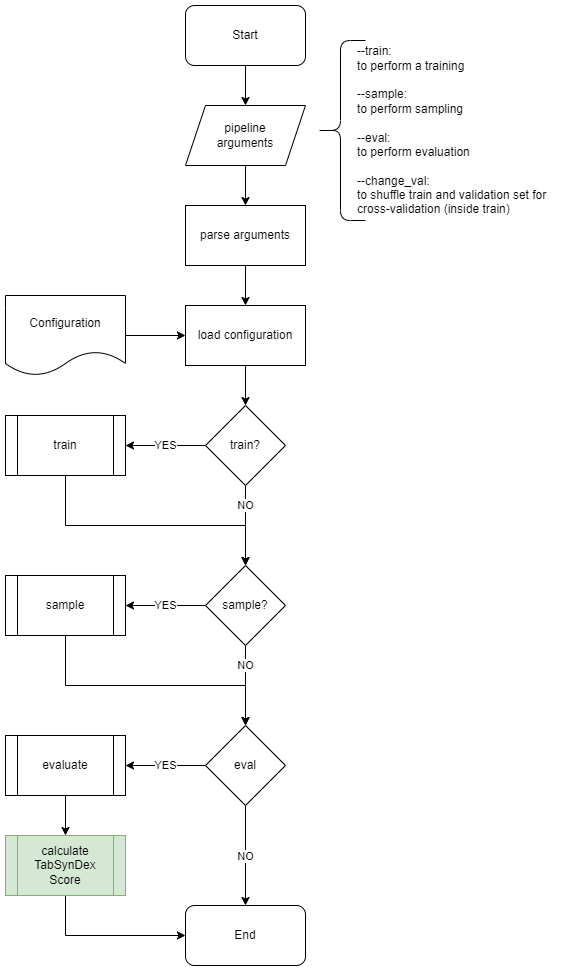
Before: images/pipeline-CHANGED.png, a diagram exported from draw.io (SvenGroen/Masterarbeit). Source tidied: cells renumbered, new cells last; positions are measured from the earlier drawing's top-left corner, leaving out a move shared by most shapes.
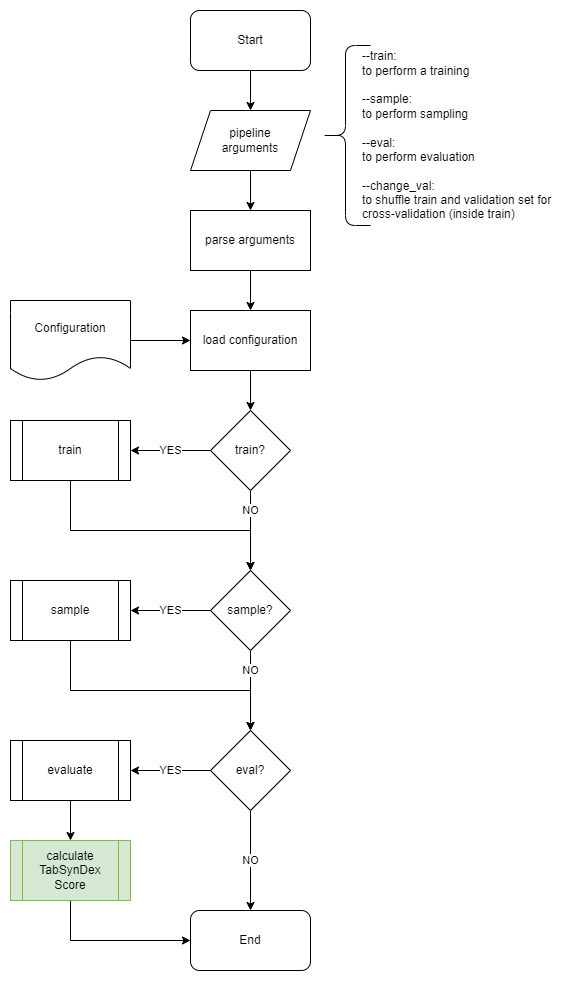
After the change.

What changed in the source:
```diff
@@ -80,7 +80,7 @@
     <mxCell id="23" value="NO" style="edgeStyle=orthogonalEdgeStyle;rounded=0;jettySize=auto;html=1;" parent="1" edge="1" source="24" target="4">
       <mxGeometry relative="1" as="geometry" />
     </mxCell>
-    <mxCell id="24" value="eval" style="rhombus;whiteSpace=wrap;html=1;" parent="1" vertex="1">
+    <mxCell id="24" value="eval?" style="rhombus;whiteSpace=wrap;html=1;" parent="1" vertex="1">
       <mxGeometry x="200" y="720" width="80" height="80" as="geometry" />
     </mxCell>
     <mxCell id="25" style="edgeStyle=orthogonalEdgeStyle;rounded=0;jettySize=auto;html=1;entryX=0;entryY=0.5;entryDx=0;entryDy=0;" parent="1" edge="1" source="26" target="4">
```
